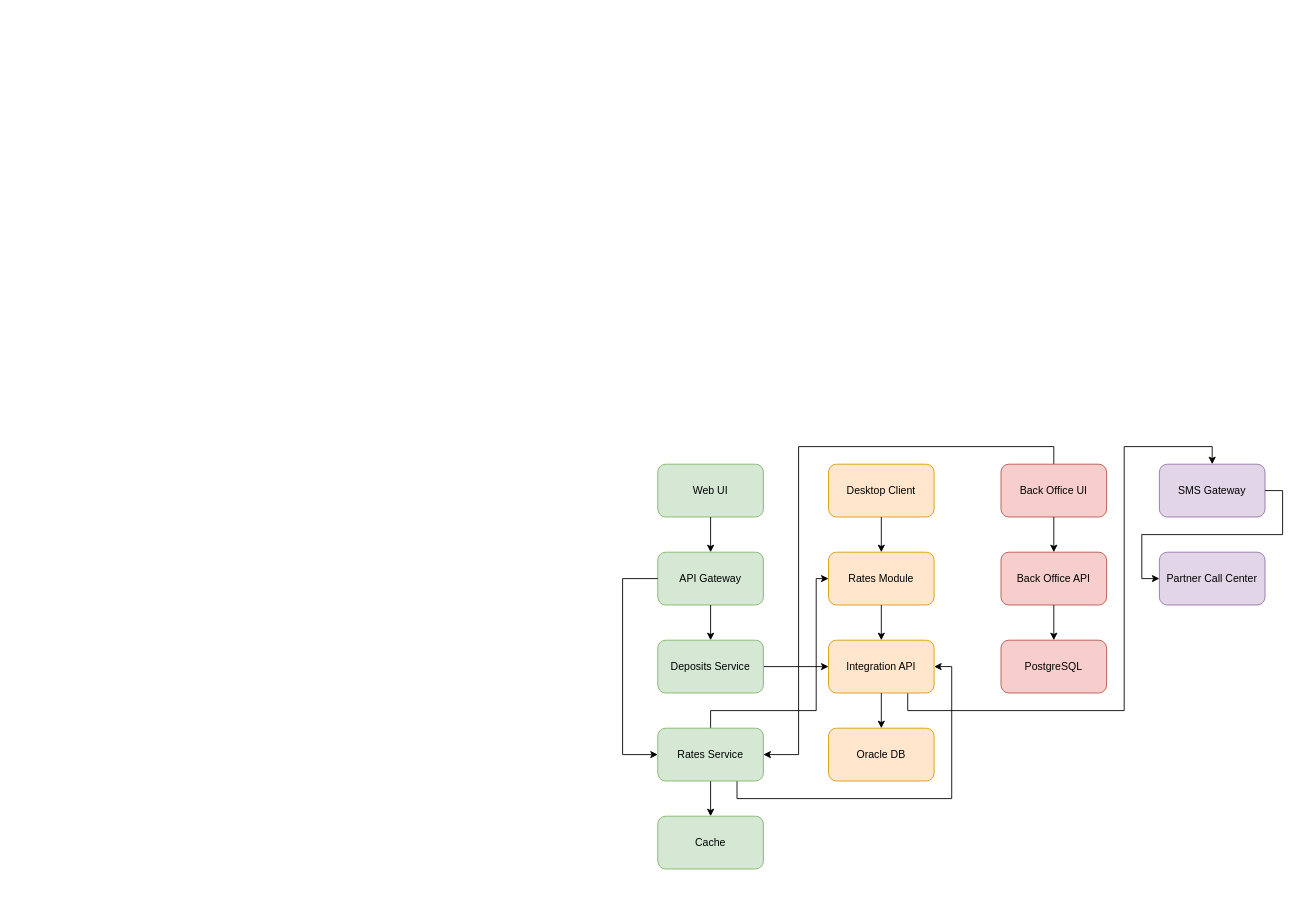
Above: Task3/Container_Diagram.drawio in Mkuzya/architecture-standart (draw.io), before the change. Source tidied: cells renumbered, new cells numbered last; positions are measured from the earlier drawing's top-left corner, leaving out a move shared by most shapes. Both pictures are drawn from the tidied source at 88%, with x=0, y=0 at pixel (622, 446).
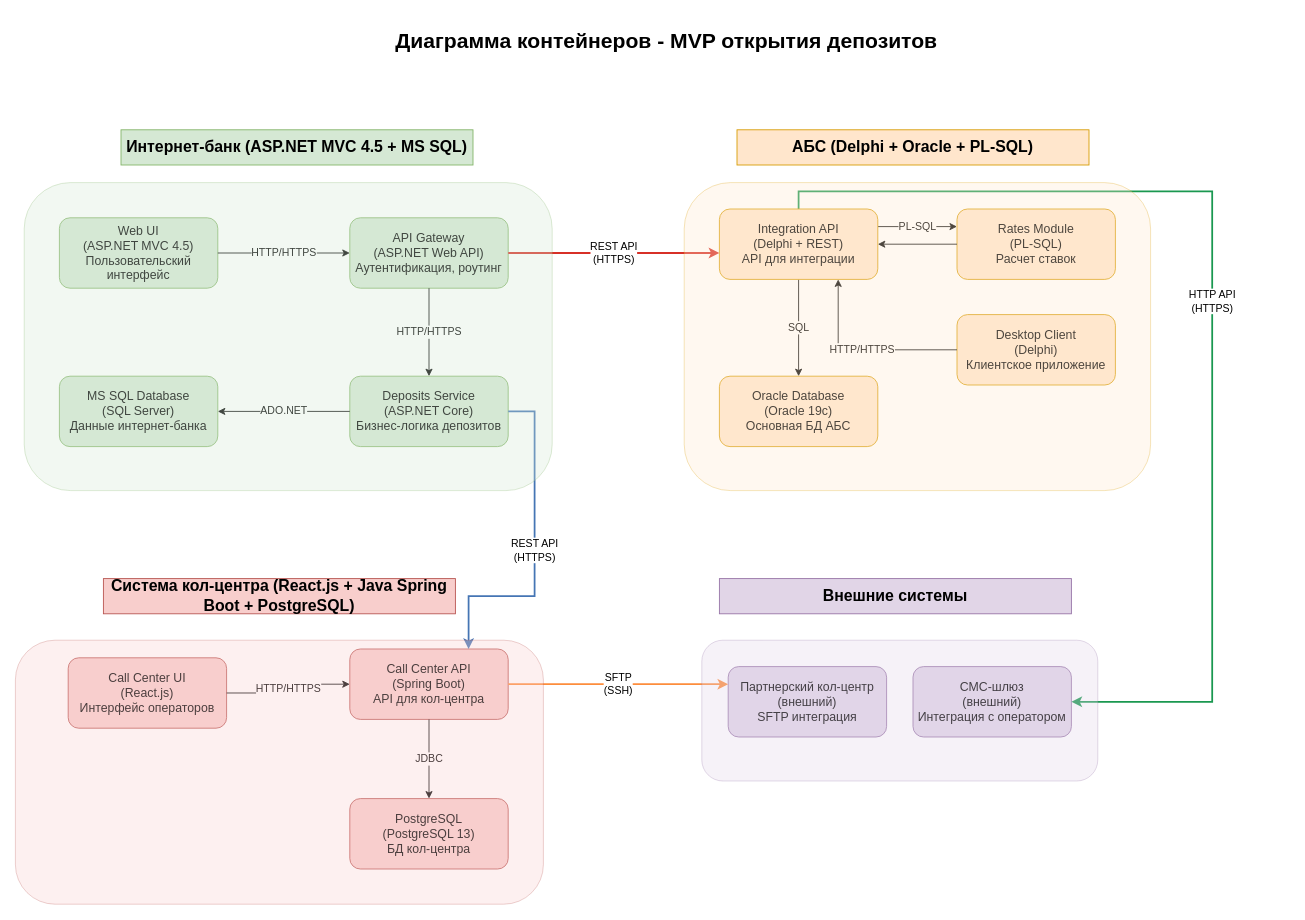
After the change.

Diff of the diagram source:
```diff
@@
-    <mxCell id="2" value="Web UI" style="rounded=1;whiteSpace=wrap;html=1;fillColor=#d5e8d4;strokeColor=#82b366;fontSize=12;" parent="1" vertex="1">
-      <mxGeometry x="40" y="20" width="120" height="60" as="geometry" />
-    </mxCell>
-    <mxCell id="3" value="API Gateway" style="rounded=1;whiteSpace=wrap;html=1;fillColor=#d5e8d4;strokeColor=#82b366;fontSize=12;" parent="1" vertex="1">
-      <mxGeometry x="40" y="120" width="120" height="60" as="geometry" />
-    </mxCell>
-    <mxCell id="4" style="edgeStyle=orthogonalEdgeStyle;rounded=0;jettySize=auto;html=1;entryX=0;entryY=0.5;entryDx=0;entryDy=0;" parent="1" edge="1" source="5" target="14">
-      <mxGeometry relative="1" as="geometry" />
-    </mxCell>
-    <mxCell id="5" value="Deposits Service" style="rounded=1;whiteSpace=wrap;html=1;fillColor=#d5e8d4;strokeColor=#82b366;fontSize=12;" parent="1" vertex="1">
-      <mxGeometry x="40" y="220" width="120" height="60" as="geometry" />
-    </mxCell>
-    <mxCell id="6" style="edgeStyle=orthogonalEdgeStyle;rounded=0;jettySize=auto;html=1;entryX=0.5;entryY=0;entryDx=0;entryDy=0;" parent="1" edge="1" source="9" target="10">
-      <mxGeometry relative="1" as="geometry" />
-    </mxCell>
-    <mxCell id="7" style="edgeStyle=orthogonalEdgeStyle;rounded=0;jettySize=auto;html=1;exitX=0.75;exitY=1;exitDx=0;exitDy=0;entryX=1;entryY=0.5;entryDx=0;entryDy=0;" parent="1" edge="1" source="9" target="14">
-      <mxGeometry relative="1" as="geometry" />
-    </mxCell>
-    <mxCell id="8" style="edgeStyle=orthogonalEdgeStyle;rounded=0;jettySize=auto;html=1;entryX=0;entryY=0.5;entryDx=0;entryDy=0;exitX=0.5;exitY=0;exitDx=0;exitDy=0;" parent="1" edge="1" source="9" target="12">
-      <mxGeometry relative="1" as="geometry">
-        <Array as="points">
-          <mxPoint x="100" y="300" />
-          <mxPoint x="220" y="300" />
-          <mxPoint x="220" y="150" />
-        </Array>
-      </mxGeometry>
-    </mxCell>
-    <mxCell id="9" value="Rates Service" style="rounded=1;whiteSpace=wrap;html=1;fillColor=#d5e8d4;strokeColor=#82b366;fontSize=12;" parent="1" vertex="1">
-      <mxGeometry x="40" y="320" width="120" height="60" as="geometry" />
-    </mxCell>
-    <mxCell id="10" value="Cache" style="rounded=1;whiteSpace=wrap;html=1;fillColor=#d5e8d4;strokeColor=#82b366;fontSize=12;" parent="1" vertex="1">
-      <mxGeometry x="40" y="420" width="120" height="60" as="geometry" />
-    </mxCell>
-    <mxCell id="11" value="Desktop Client" style="rounded=1;whiteSpace=wrap;html=1;fillColor=#ffe6cc;strokeColor=#d79b00;fontSize=12;" parent="1" vertex="1">
-      <mxGeometry x="234" y="20" width="120" height="60" as="geometry" />
-    </mxCell>
-    <mxCell id="12" value="Rates Module" style="rounded=1;whiteSpace=wrap;html=1;fillColor=#ffe6cc;strokeColor=#d79b00;fontSize=12;" parent="1" vertex="1">
-      <mxGeometry x="234" y="120" width="120" height="60" as="geometry" />
-    </mxCell>
-    <mxCell id="13" style="edgeStyle=orthogonalEdgeStyle;rounded=0;jettySize=auto;html=1;exitX=0.75;exitY=1;exitDx=0;exitDy=0;entryX=0.5;entryY=0;entryDx=0;entryDy=0;" parent="1" edge="1" source="14" target="20">
-      <mxGeometry relative="1" as="geometry">
-        <Array as="points">
-          <mxPoint x="324" y="300" />
-          <mxPoint x="570" y="300" />
-          <mxPoint x="570" />
-          <mxPoint x="670" />
-        </Array>
-      </mxGeometry>
-    </mxCell>
-    <mxCell id="14" value="Integration API" style="rounded=1;whiteSpace=wrap;html=1;fillColor=#ffe6cc;strokeColor=#d79b00;fontSize=12;" parent="1" vertex="1">
-      <mxGeometry x="234" y="220" width="120" height="60" as="geometry" />
-    </mxCell>
-    <mxCell id="15" value="Oracle DB" style="rounded=1;whiteSpace=wrap;html=1;fillColor=#ffe6cc;strokeColor=#d79b00;fontSize=12;" parent="1" vertex="1">
-      <mxGeometry x="234" y="320" width="120" height="60" as="geometry" />
-    </mxCell>
-    <mxCell id="16" style="edgeStyle=orthogonalEdgeStyle;rounded=0;jettySize=auto;html=1;entryX=1;entryY=0.5;entryDx=0;entryDy=0;" parent="1" edge="1" source="17" target="9">
-      <mxGeometry relative="1" as="geometry">
-        <Array as="points">
-          <mxPoint x="490" />
-          <mxPoint x="200" />
-          <mxPoint x="200" y="350" />
-        </Array>
-      </mxGeometry>
-    </mxCell>
-    <mxCell id="17" value="Back Office UI" style="rounded=1;whiteSpace=wrap;html=1;fillColor=#f8cecc;strokeColor=#b85450;fontSize=12;" parent="1" vertex="1">
-      <mxGeometry x="430" y="20" width="120" height="60" as="geometry" />
-    </mxCell>
-    <mxCell id="18" value="Back Office API" style="rounded=1;whiteSpace=wrap;html=1;fillColor=#f8cecc;strokeColor=#b85450;fontSize=12;" parent="1" vertex="1">
-      <mxGeometry x="430" y="120" width="120" height="60" as="geometry" />
-    </mxCell>
-    <mxCell id="19" value="PostgreSQL" style="rounded=1;whiteSpace=wrap;html=1;fillColor=#f8cecc;strokeColor=#b85450;fontSize=12;" parent="1" vertex="1">
-      <mxGeometry x="430" y="220" width="120" height="60" as="geometry" />
-    </mxCell>
-    <mxCell id="20" value="SMS Gateway" style="rounded=1;whiteSpace=wrap;html=1;fillColor=#e1d5e7;strokeColor=#9673a6;fontSize=12;" parent="1" vertex="1">
-      <mxGeometry x="610" y="20" width="120" height="60" as="geometry" />
-    </mxCell>
-    <mxCell id="21" value="Partner Call Center" style="rounded=1;whiteSpace=wrap;html=1;fillColor=#e1d5e7;strokeColor=#9673a6;fontSize=12;" parent="1" vertex="1">
-      <mxGeometry x="610" y="120" width="120" height="60" as="geometry" />
-    </mxCell>
-    <mxCell id="22" style="edgeStyle=orthogonalEdgeStyle;rounded=0;jettySize=auto;html=1;exitX=0.5;exitY=1;exitDx=0;exitDy=0;entryX=0.5;entryY=0;entryDx=0;entryDy=0;" parent="1" edge="1" source="2" target="3">
-      <mxGeometry relative="1" as="geometry" />
-    </mxCell>
-    <mxCell id="23" style="edgeStyle=orthogonalEdgeStyle;rounded=0;jettySize=auto;html=1;exitX=0.5;exitY=1;exitDx=0;exitDy=0;entryX=0.5;entryY=0;entryDx=0;entryDy=0;" parent="1" edge="1" source="3" target="5">
-      <mxGeometry relative="1" as="geometry" />
-    </mxCell>
-    <mxCell id="24" style="edgeStyle=orthogonalEdgeStyle;rounded=0;jettySize=auto;html=1;exitX=0;exitY=0.5;exitDx=0;exitDy=0;entryX=0;entryY=0.5;entryDx=0;entryDy=0;" parent="1" edge="1" source="3" target="9">
-      <mxGeometry relative="1" as="geometry">
-        <Array as="points">
-          <mxPoint y="150" />
-          <mxPoint y="350" />
-        </Array>
-      </mxGeometry>
-    </mxCell>
-    <mxCell id="25" style="edgeStyle=orthogonalEdgeStyle;rounded=0;jettySize=auto;html=1;exitX=0.5;exitY=1;exitDx=0;exitDy=0;entryX=0.5;entryY=0;entryDx=0;entryDy=0;" parent="1" edge="1" source="11" target="12">
-      <mxGeometry relative="1" as="geometry" />
-    </mxCell>
-    <mxCell id="26" style="edgeStyle=orthogonalEdgeStyle;rounded=0;jettySize=auto;html=1;exitX=0.5;exitY=1;exitDx=0;exitDy=0;entryX=0.5;entryY=0;entryDx=0;entryDy=0;" parent="1" edge="1" source="12" target="14">
-      <mxGeometry relative="1" as="geometry" />
-    </mxCell>
-    <mxCell id="27" style="edgeStyle=orthogonalEdgeStyle;rounded=0;jettySize=auto;html=1;exitX=0.5;exitY=1;exitDx=0;exitDy=0;entryX=0.5;entryY=0;entryDx=0;entryDy=0;" parent="1" edge="1" source="14" target="15">
-      <mxGeometry relative="1" as="geometry" />
-    </mxCell>
-    <mxCell id="28" style="edgeStyle=orthogonalEdgeStyle;rounded=0;jettySize=auto;html=1;exitX=0.5;exitY=1;exitDx=0;exitDy=0;entryX=0.5;entryY=0;entryDx=0;entryDy=0;" parent="1" edge="1" source="17" target="18">
-      <mxGeometry relative="1" as="geometry" />
-    </mxCell>
-    <mxCell id="29" style="edgeStyle=orthogonalEdgeStyle;rounded=0;jettySize=auto;html=1;exitX=0.5;exitY=1;exitDx=0;exitDy=0;entryX=0.5;entryY=0;entryDx=0;entryDy=0;" parent="1" edge="1" source="18" target="19">
-      <mxGeometry relative="1" as="geometry" />
-    </mxCell>
-    <mxCell id="30" style="edgeStyle=orthogonalEdgeStyle;rounded=0;jettySize=auto;html=1;exitX=1;exitY=0.5;exitDx=0;exitDy=0;entryX=0;entryY=0.5;entryDx=0;entryDy=0;" parent="1" edge="1" source="20" target="21">
-      <mxGeometry relative="1" as="geometry" />
-    </mxCell>
+    <mxCell id="31" value="Диаграмма контейнеров - MVP открытия депозитов" style="text;html=1;align=center;verticalAlign=middle;whiteSpace=wrap;rounded=0;fontSize=24;fontStyle=1;" parent="1" vertex="1">
+      <mxGeometry x="-550" y="-490" width="1200" height="60" as="geometry" />
+    </mxCell>
+    <mxCell id="32" value="Интернет-банк (ASP.NET MVC 4.5 + MS SQL)" style="text;html=1;align=center;verticalAlign=middle;whiteSpace=wrap;rounded=0;fontSize=18;fontStyle=1;fillColor=#d5e8d4;strokeColor=#82b366;" parent="1" vertex="1">
+      <mxGeometry x="-570" y="-360" width="400" height="40" as="geometry" />
+    </mxCell>
+    <mxCell id="33" value="Web UI&lt;div&gt;(ASP.NET MVC 4.5)&lt;/div&gt;&lt;div&gt;Пользовательский интерфейс&lt;/div&gt;" style="rounded=1;whiteSpace=wrap;html=1;fillColor=#d5e8d4;strokeColor=#82b366;fontSize=14;" parent="1" vertex="1">
+      <mxGeometry x="-640" y="-260" width="180" height="80" as="geometry" />
+    </mxCell>
+    <mxCell id="34" value="API Gateway&lt;div&gt;(ASP.NET Web API)&lt;/div&gt;&lt;div&gt;Аутентификация, роутинг&lt;/div&gt;" style="rounded=1;whiteSpace=wrap;html=1;fillColor=#d5e8d4;strokeColor=#82b366;fontSize=14;" parent="1" vertex="1">
+      <mxGeometry x="-310" y="-260" width="180" height="80" as="geometry" />
+    </mxCell>
+    <mxCell id="35" value="Deposits Service&lt;div&gt;(ASP.NET Core)&lt;/div&gt;&lt;div&gt;Бизнес-логика депозитов&lt;/div&gt;" style="rounded=1;whiteSpace=wrap;html=1;fillColor=#d5e8d4;strokeColor=#82b366;fontSize=14;" parent="1" vertex="1">
+      <mxGeometry x="-310" y="-80" width="180" height="80" as="geometry" />
+    </mxCell>
+    <mxCell id="36" value="MS SQL Database&lt;div&gt;(SQL Server)&lt;/div&gt;&lt;div&gt;Данные интернет-банка&lt;/div&gt;" style="rounded=1;whiteSpace=wrap;html=1;fillColor=#d5e8d4;strokeColor=#82b366;fontSize=14;" parent="1" vertex="1">
+      <mxGeometry x="-640" y="-80" width="180" height="80" as="geometry" />
+    </mxCell>
+    <mxCell id="37" value="АБС (Delphi + Oracle + PL-SQL)" style="text;html=1;align=center;verticalAlign=middle;whiteSpace=wrap;rounded=0;fontSize=18;fontStyle=1;fillColor=#ffe6cc;strokeColor=#d79b00;" parent="1" vertex="1">
+      <mxGeometry x="130" y="-360" width="400" height="40" as="geometry" />
+    </mxCell>
+    <mxCell id="38" value="Desktop Client&lt;div&gt;(Delphi)&lt;/div&gt;&lt;div&gt;Клиентское приложение&lt;/div&gt;" style="rounded=1;whiteSpace=wrap;html=1;fillColor=#ffe6cc;strokeColor=#d79b00;fontSize=14;" parent="1" vertex="1">
+      <mxGeometry x="380" y="-150" width="180" height="80" as="geometry" />
+    </mxCell>
+    <mxCell id="39" value="Rates Module&lt;div&gt;(PL-SQL)&lt;/div&gt;&lt;div&gt;Расчет ставок&lt;/div&gt;" style="rounded=1;whiteSpace=wrap;html=1;fillColor=#ffe6cc;strokeColor=#d79b00;fontSize=14;" parent="1" vertex="1">
+      <mxGeometry x="380" y="-270" width="180" height="80" as="geometry" />
+    </mxCell>
+    <mxCell id="40" value="Oracle Database&lt;div&gt;(Oracle 19c)&lt;/div&gt;&lt;div&gt;Основная БД АБС&lt;/div&gt;" style="rounded=1;whiteSpace=wrap;html=1;fillColor=#ffe6cc;strokeColor=#d79b00;fontSize=14;" parent="1" vertex="1">
+      <mxGeometry x="110" y="-80" width="180" height="80" as="geometry" />
+    </mxCell>
+    <mxCell id="41" value="Система кол-центра (React.js + Java Spring Boot + PostgreSQL)" style="text;html=1;align=center;verticalAlign=middle;whiteSpace=wrap;rounded=0;fontSize=18;fontStyle=1;fillColor=#f8cecc;strokeColor=#b85450;" parent="1" vertex="1">
+      <mxGeometry x="-590" y="150" width="400" height="40" as="geometry" />
+    </mxCell>
+    <mxCell id="42" value="Call Center UI&lt;div&gt;(React.js)&lt;/div&gt;&lt;div&gt;Интерфейс операторов&lt;/div&gt;" style="rounded=1;whiteSpace=wrap;html=1;fillColor=#f8cecc;strokeColor=#b85450;fontSize=14;" parent="1" vertex="1">
+      <mxGeometry x="-630" y="240" width="180" height="80" as="geometry" />
+    </mxCell>
+    <mxCell id="43" value="Call Center API&lt;div&gt;(Spring Boot)&lt;/div&gt;&lt;div&gt;API для кол-центра&lt;/div&gt;" style="rounded=1;whiteSpace=wrap;html=1;fillColor=#f8cecc;strokeColor=#b85450;fontSize=14;" parent="1" vertex="1">
+      <mxGeometry x="-310" y="230" width="180" height="80" as="geometry" />
+    </mxCell>
+    <mxCell id="44" value="PostgreSQL&lt;div&gt;(PostgreSQL 13)&lt;/div&gt;&lt;div&gt;БД кол-центра&lt;/div&gt;" style="rounded=1;whiteSpace=wrap;html=1;fillColor=#f8cecc;strokeColor=#b85450;fontSize=14;" parent="1" vertex="1">
+      <mxGeometry x="-310" y="400" width="180" height="80" as="geometry" />
+    </mxCell>
+    <mxCell id="45" value="Внешние системы" style="text;html=1;align=center;verticalAlign=middle;whiteSpace=wrap;rounded=0;fontSize=18;fontStyle=1;fillColor=#e1d5e7;strokeColor=#9673a6;" parent="1" vertex="1">
+      <mxGeometry x="110" y="150" width="400" height="40" as="geometry" />
+    </mxCell>
+    <mxCell id="46" value="СМС-шлюз&lt;div&gt;(внешний)&lt;/div&gt;&lt;div&gt;Интеграция с оператором&lt;/div&gt;" style="rounded=1;whiteSpace=wrap;html=1;fillColor=#e1d5e7;strokeColor=#9673a6;fontSize=14;" parent="1" vertex="1">
+      <mxGeometry x="330" y="250" width="180" height="80" as="geometry" />
+    </mxCell>
+    <mxCell id="47" value="Партнерский кол-центр&lt;div&gt;(внешний)&lt;/div&gt;&lt;div&gt;SFTP интеграция&lt;/div&gt;" style="rounded=1;whiteSpace=wrap;html=1;fillColor=#e1d5e7;strokeColor=#9673a6;fontSize=14;" parent="1" vertex="1">
+      <mxGeometry x="120" y="250" width="180" height="80" as="geometry" />
+    </mxCell>
+    <mxCell id="48" value="HTTP/HTTPS" style="edgeStyle=orthogonalEdgeStyle;rounded=0;jettySize=auto;html=1;fontSize=12;" parent="1" edge="1" source="33" target="34">
+      <mxGeometry relative="1" as="geometry" />
+    </mxCell>
+    <mxCell id="49" value="HTTP/HTTPS" style="edgeStyle=orthogonalEdgeStyle;rounded=0;jettySize=auto;html=1;fontSize=12;" parent="1" edge="1" source="34" target="35">
+      <mxGeometry relative="1" as="geometry" />
+    </mxCell>
+    <mxCell id="50" value="ADO.NET" style="edgeStyle=orthogonalEdgeStyle;rounded=0;jettySize=auto;html=1;fontSize=12;" parent="1" edge="1" source="35" target="36">
+      <mxGeometry relative="1" as="geometry" />
+    </mxCell>
+    <mxCell id="51" value="HTTP/HTTPS" style="edgeStyle=orthogonalEdgeStyle;rounded=0;jettySize=auto;html=1;fontSize=12;entryX=0.75;entryY=1;entryDx=0;entryDy=0;" parent="1" edge="1" source="38" target="62">
+      <mxGeometry relative="1" as="geometry" />
+    </mxCell>
+    <mxCell id="52" value="PL-SQL" style="edgeStyle=orthogonalEdgeStyle;rounded=0;jettySize=auto;html=1;fontSize=12;exitX=1;exitY=0.25;exitDx=0;exitDy=0;entryX=0;entryY=0.25;entryDx=0;entryDy=0;" parent="1" edge="1" source="62" target="39">
+      <mxGeometry relative="1" as="geometry" />
+    </mxCell>
+    <mxCell id="53" value="SQL" style="edgeStyle=orthogonalEdgeStyle;rounded=0;jettySize=auto;html=1;fontSize=12;" parent="1" edge="1" source="62" target="40">
+      <mxGeometry relative="1" as="geometry" />
+    </mxCell>
+    <mxCell id="54" value="HTTP/HTTPS" style="edgeStyle=orthogonalEdgeStyle;rounded=0;jettySize=auto;html=1;fontSize=12;" parent="1" edge="1" source="42" target="43">
+      <mxGeometry relative="1" as="geometry" />
+    </mxCell>
+    <mxCell id="55" value="JDBC" style="edgeStyle=orthogonalEdgeStyle;rounded=0;jettySize=auto;html=1;fontSize=12;" parent="1" edge="1" source="43" target="44">
+      <mxGeometry relative="1" as="geometry" />
+    </mxCell>
+    <mxCell id="56" value="REST API&lt;div&gt;(HTTPS)&lt;/div&gt;" style="edgeStyle=orthogonalEdgeStyle;rounded=0;jettySize=auto;html=1;fontSize=12;strokeColor=#d73027;strokeWidth=2;" parent="1" edge="1" source="34" target="62">
+      <mxGeometry relative="1" as="geometry">
+        <Array as="points">
+          <mxPoint x="-120" y="-220" />
+          <mxPoint x="-120" y="-220" />
+        </Array>
+      </mxGeometry>
+    </mxCell>
+    <mxCell id="57" value="REST API&lt;div&gt;(HTTPS)&lt;/div&gt;" style="edgeStyle=orthogonalEdgeStyle;rounded=0;jettySize=auto;html=1;fontSize=12;strokeColor=#4575b4;strokeWidth=2;entryX=0.75;entryY=0;entryDx=0;entryDy=0;exitX=1;exitY=0.5;exitDx=0;exitDy=0;" parent="1" edge="1" source="35" target="43">
+      <mxGeometry relative="1" as="geometry">
+        <Array as="points">
+          <mxPoint x="-100" y="-40" />
+          <mxPoint x="-100" y="170" />
+          <mxPoint x="-175" y="170" />
+        </Array>
+      </mxGeometry>
+    </mxCell>
+    <mxCell id="58" value="HTTP API&lt;div&gt;(HTTPS)&lt;/div&gt;" style="edgeStyle=orthogonalEdgeStyle;rounded=0;jettySize=auto;html=1;fontSize=12;strokeColor=#1a9850;strokeWidth=2;exitX=0.5;exitY=0;exitDx=0;exitDy=0;" parent="1" edge="1" source="62" target="46">
+      <mxGeometry relative="1" as="geometry">
+        <Array as="points">
+          <mxPoint x="200" y="-290" />
+          <mxPoint x="670" y="-290" />
+          <mxPoint x="670" y="290" />
+        </Array>
+      </mxGeometry>
+    </mxCell>
+    <mxCell id="59" value="SFTP&lt;div&gt;(SSH)&lt;/div&gt;" style="edgeStyle=orthogonalEdgeStyle;rounded=0;jettySize=auto;html=1;fontSize=12;strokeColor=#fd8d3c;strokeWidth=2;" parent="1" edge="1" source="43" target="47">
+      <mxGeometry relative="1" as="geometry">
+        <Array as="points">
+          <mxPoint x="-180" y="280" />
+          <mxPoint x="-180" y="280" />
+        </Array>
+      </mxGeometry>
+    </mxCell>
+    <mxCell id="60" style="rounded=1;whiteSpace=wrap;html=1;fillColor=#d5e8d4;strokeColor=#82b366;fontSize=14;opacity=30;" parent="1" vertex="1">
+      <mxGeometry x="-680" y="-300" width="600" height="350" as="geometry" />
+    </mxCell>
+    <mxCell id="61" style="edgeStyle=orthogonalEdgeStyle;rounded=0;jettySize=auto;html=1;fontSize=12;" parent="1" edge="1" source="39" target="62">
+      <mxGeometry relative="1" as="geometry" />
+    </mxCell>
+    <mxCell id="62" value="Integration API&lt;div&gt;(Delphi + REST)&lt;/div&gt;&lt;div&gt;API для интеграции&lt;/div&gt;" style="rounded=1;whiteSpace=wrap;html=1;fillColor=#ffe6cc;strokeColor=#d79b00;fontSize=14;" parent="1" vertex="1">
+      <mxGeometry x="110" y="-270" width="180" height="80" as="geometry" />
+    </mxCell>
+    <mxCell id="63" style="rounded=1;whiteSpace=wrap;html=1;fillColor=#ffe6cc;strokeColor=#d79b00;fontSize=14;opacity=30;" parent="1" vertex="1">
+      <mxGeometry x="70" y="-300" width="530" height="350" as="geometry" />
+    </mxCell>
+    <mxCell id="64" style="rounded=1;whiteSpace=wrap;html=1;fillColor=#e1d5e7;strokeColor=#9673a6;fontSize=14;opacity=30;" parent="1" vertex="1">
+      <mxGeometry x="90" y="220" width="450" height="160" as="geometry" />
+    </mxCell>
+    <mxCell id="65" style="rounded=1;whiteSpace=wrap;html=1;fillColor=#f8cecc;strokeColor=#b85450;fontSize=14;opacity=30;" parent="1" vertex="1">
+      <mxGeometry x="-690" y="220" width="600" height="300" as="geometry" />
+    </mxCell>
```
